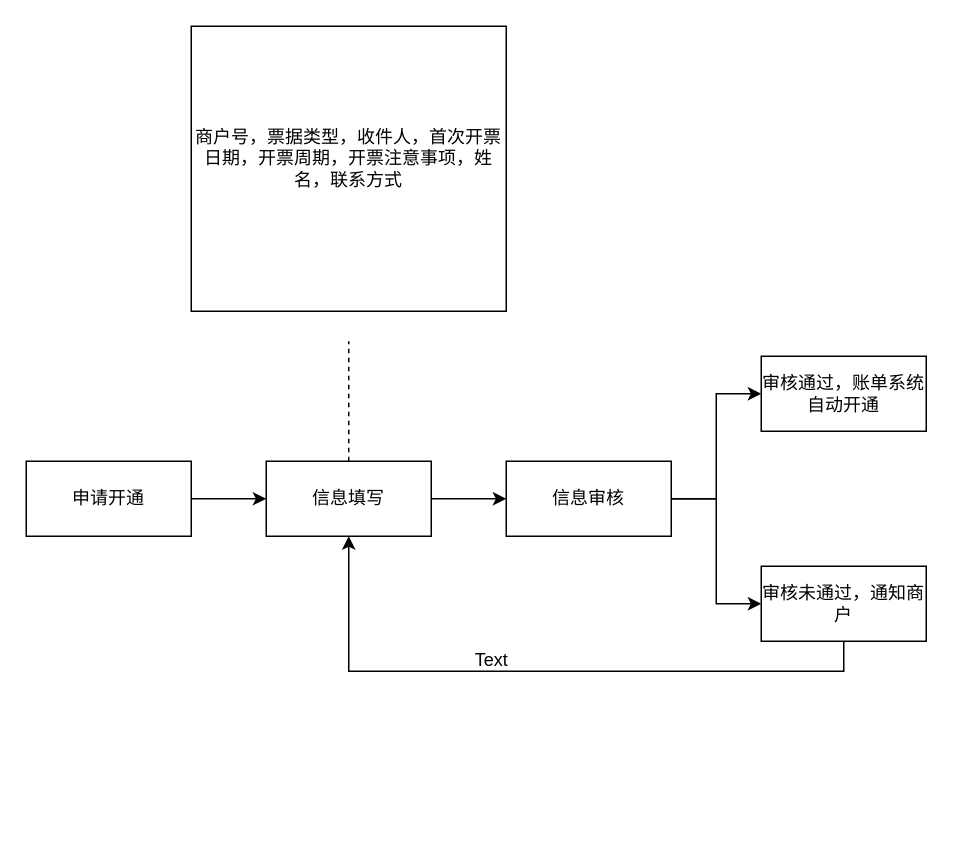
Earlier version of the draw.io diagram 开票流程.drawio (littleDagron/Codepractice). Source tidied: cells renumbered, new cells numbered last; positions are measured from the earlier drawing's top-left corner, leaving out a move shared by most shapes. Both pictures are drawn from the tidied source at 150%, with x=0, y=0 at pixel (26, 26).
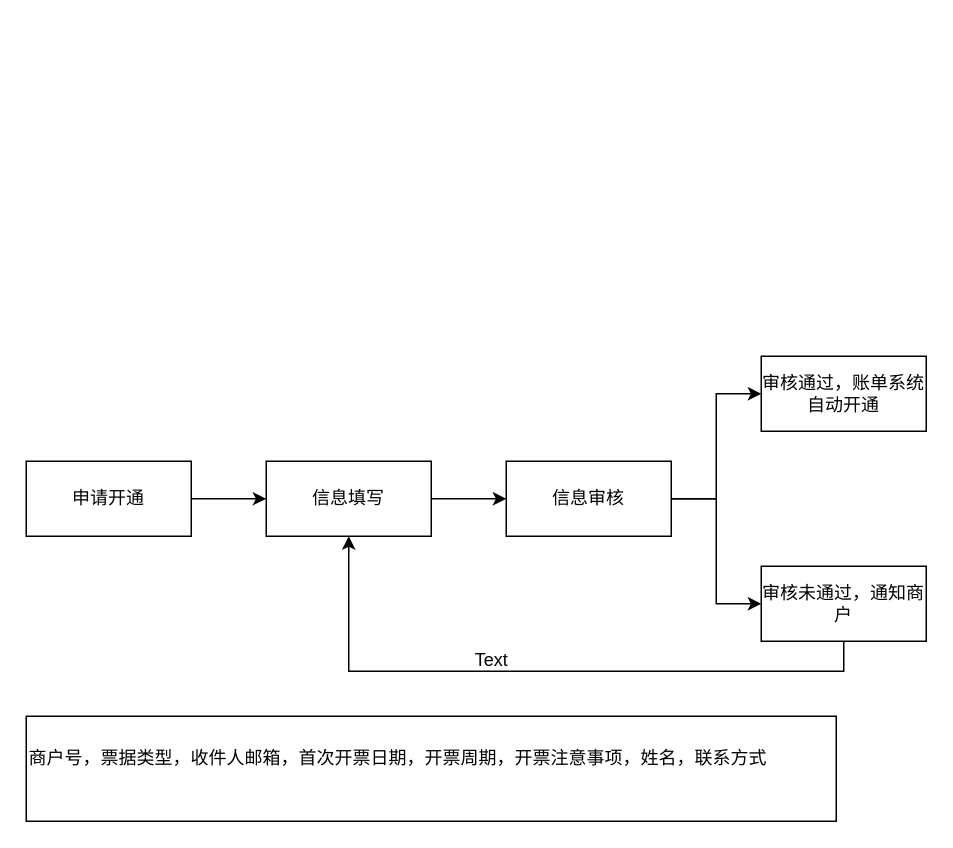
The same diagram, later.

Commit message:
更新开票流程.drawio

Change to the diagram source:
```diff
@@
 <mxGraphModel>
   <root>
     <mxCell id="0" />
     <mxCell id="1" parent="0" />
     <mxCell id="2" style="group;" parent="1" vertex="1">
       <mxGeometry y="220" width="600" height="190" as="geometry" />
     </mxCell>
     <mxCell id="3" style="edgeStyle=orthogonalEdgeStyle;rounded=0;jettySize=auto;html=1;exitX=1;exitY=0.5;exitDx=0;exitDy=0;" parent="2" edge="1" source="4">
       <mxGeometry relative="1" as="geometry">
         <mxPoint x="160" y="95" as="targetPoint" />
       </mxGeometry>
     </mxCell>
     <mxCell id="4" value="申请开通" style="rounded=0;whiteSpace=wrap;html=1;" parent="2" vertex="1">
       <mxGeometry y="70" width="110" height="50" as="geometry" />
     </mxCell>
     <mxCell id="5" style="edgeStyle=orthogonalEdgeStyle;rounded=0;jettySize=auto;html=1;exitX=1;exitY=0.5;exitDx=0;exitDy=0;" parent="2" edge="1" source="6">
       <mxGeometry relative="1" as="geometry">
         <mxPoint x="320" y="95" as="targetPoint" />
       </mxGeometry>
     </mxCell>
     <mxCell id="6" value="信息填写" style="rounded=0;whiteSpace=wrap;html=1;" parent="2" vertex="1">
       <mxGeometry x="160" y="70" width="110" height="50" as="geometry" />
     </mxCell>
     <mxCell id="7" value="信息审核" style="rounded=0;whiteSpace=wrap;html=1;" parent="2" vertex="1">
       <mxGeometry x="320" y="70" width="110" height="50" as="geometry" />
     </mxCell>
     <mxCell id="8" value="审核通过，账单系统自动开通" style="rounded=0;whiteSpace=wrap;html=1;" parent="2" vertex="1">
       <mxGeometry x="490" width="110" height="50" as="geometry" />
     </mxCell>
     <mxCell id="9" style="edgeStyle=orthogonalEdgeStyle;rounded=0;jettySize=auto;html=1;exitX=1;exitY=0.5;exitDx=0;exitDy=0;entryX=0;entryY=0.5;entryDx=0;entryDy=0;" parent="2" edge="1" source="7" target="8">
       <mxGeometry relative="1" as="geometry" />
     </mxCell>
     <mxCell id="10" style="edgeStyle=orthogonalEdgeStyle;rounded=0;jettySize=auto;html=1;exitX=0.5;exitY=1;exitDx=0;exitDy=0;entryX=0.5;entryY=1;entryDx=0;entryDy=0;" parent="2" edge="1" source="11" target="6">
       <mxGeometry relative="1" as="geometry" />
     </mxCell>
     <mxCell id="11" value="审核未通过，通知商户" style="rounded=0;whiteSpace=wrap;html=1;" parent="2" vertex="1">
       <mxGeometry x="490" y="140" width="110" height="50" as="geometry" />
     </mxCell>
     <mxCell id="12" style="edgeStyle=orthogonalEdgeStyle;rounded=0;jettySize=auto;html=1;exitX=1;exitY=0.5;exitDx=0;exitDy=0;entryX=0;entryY=0.5;entryDx=0;entryDy=0;" parent="2" edge="1" source="7" target="11">
       <mxGeometry relative="1" as="geometry" />
     </mxCell>
-    <mxCell id="13" style="endArrow=none;dashed=1;html=1;rounded=0;exitX=0.5;exitY=0;exitDx=0;exitDy=0;" parent="1" edge="1" source="6">
-      <mxGeometry relative="1" as="geometry">
-        <mxPoint x="215" y="210" as="targetPoint" />
-      </mxGeometry>
-    </mxCell>
-    <mxCell id="14" value="&lt;div&gt;商户号，票据类型，收件人，首次开票日期，开票周期，开票注意事项，姓名，联系方式&lt;/div&gt;&lt;div&gt;&lt;br&gt;&lt;/div&gt;" style="rounded=0;whiteSpace=wrap;html=1;" parent="1" vertex="1">
-      <mxGeometry x="110" width="210" height="190" as="geometry" />
+    <mxCell id="14" value="&lt;div&gt;商户号，票据类型，收件人邮箱，首次开票日期，开票周期，开票注意事项，姓名，联系方式&lt;/div&gt;&lt;div&gt;&lt;br&gt;&lt;/div&gt;" style="rounded=0;whiteSpace=wrap;html=1;align=left;" parent="1" vertex="1">
+      <mxGeometry y="460" width="540" height="70" as="geometry" />
     </mxCell>
     <mxCell id="15" value="Text" style="text;html=1;align=center;verticalAlign=middle;strokeColor=none;fillColor=none;" parent="1" vertex="1">
       <mxGeometry x="285" y="408" width="50" height="30" as="geometry" />
     </mxCell>
   </root>
 </mxGraphModel>
```
